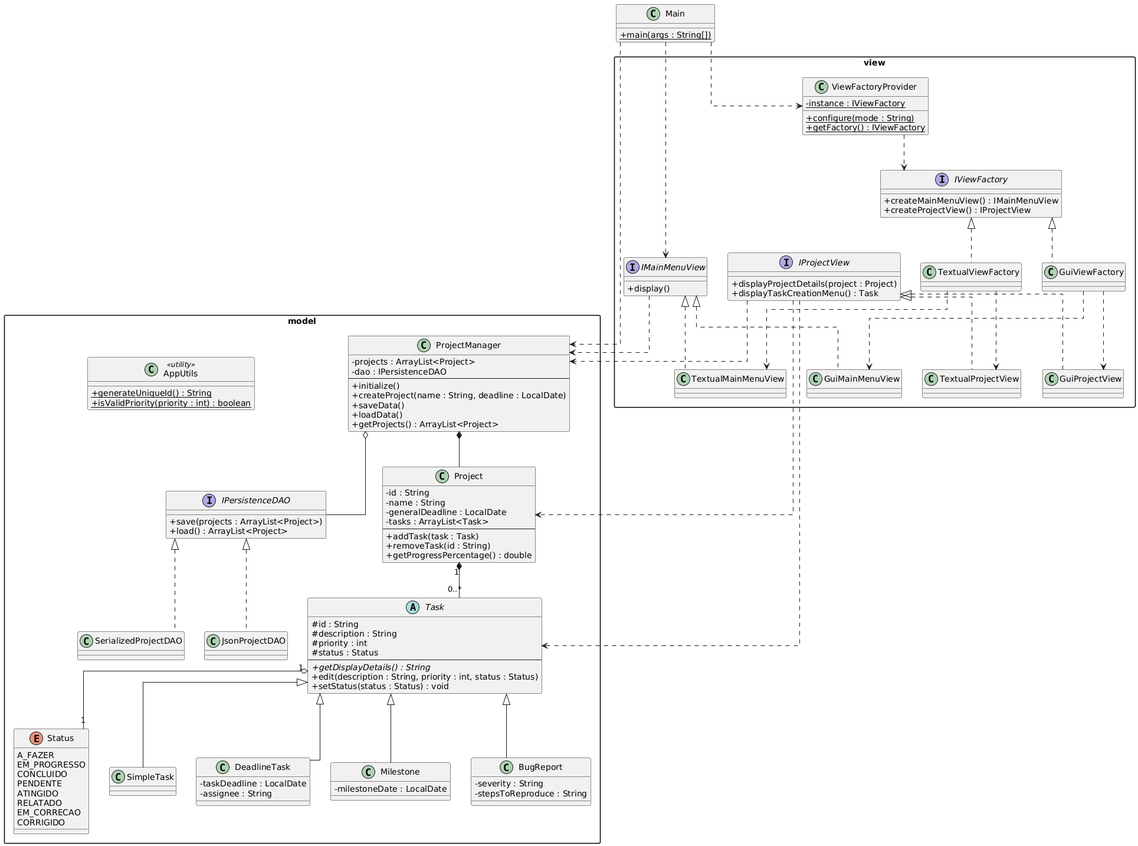
Manuelakist/ProjectManager keeps this PlantUML diagram as docs/diagramaUML.png. Above is the earlier version.
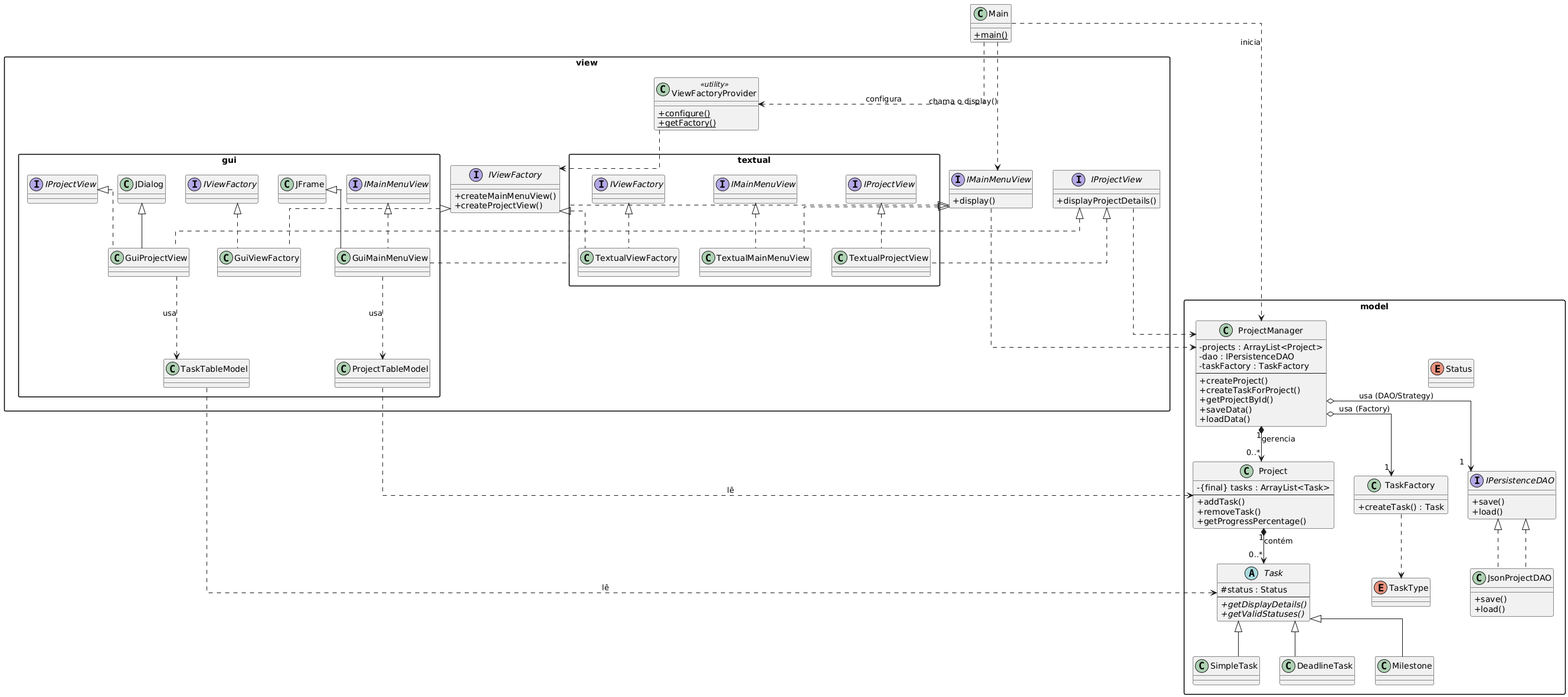
After the commit.

Diff of the diagram source:
```diff
@@ -3,152 +3,118 @@
 skinparam linetype ortho
 skinparam packageStyle rectangle
 
+class Main {
+ + {static} main()
+}
+
 package "model" {
-
-    enum Status {
-        A_FAZER
-        EM_PROGRESSO
-        CONCLUIDO
-        PENDENTE
-        ATINGIDO
-        RELATADO
-        EM_CORRECAO
-        CORRIGIDO
-    }
-
-    interface IPersistenceDAO {
-        + save(projects : ArrayList<Project>)
-        + load() : ArrayList<Project>
-    }
-
-    class Project {
-        - id : String
-        - name : String
-        - generalDeadline : LocalDate
-        - tasks : ArrayList<Task>
-        --
-        + addTask(task : Task)
-        + removeTask(id : String)
-        + getProgressPercentage() : double
-    }
-
-    abstract class Task {
-        # id : String
-        # description : String
-        # priority : int
-        # status : Status
-        --
-        + {abstract} getDisplayDetails() : String
-        + edit(description : String, priority : int, status : Status)
-        + setStatus(status : Status) : void
-    }
-
-
-    class SimpleTask {
-    }
-    class DeadlineTask {
-        - taskDeadline : LocalDate
-        - assignee : String
-    }
-    class Milestone {
-        - milestoneDate : LocalDate
-    }
-    class BugReport {
-        - severity : String
-        - stepsToReproduce : String
-    }
-
-    class SerializedProjectDAO
-    class JsonProjectDAO
-
-    class AppUtils <<utility>> {
-        + {static} generateUniqueId() : String
-        + {static} isValidPriority(priority : int) : boolean
-    }
 
     class ProjectManager {
         - projects : ArrayList<Project>
         - dao : IPersistenceDAO
+        - taskFactory : TaskFactory
         --
-        + initialize()
-        + createProject(name : String, deadline : LocalDate)
+        + createProject()
+        + createTaskForProject()
+        + getProjectById()
         + saveData()
         + loadData()
-        + getProjects() : ArrayList<Project>
     }
 
-    Project "1" *-- "0..*" Task
-    Task "1" o-- "1" Status
+    class Project {
+        - {final} tasks : ArrayList<Task>
+        --
+        + addTask()
+        + removeTask()
+        + getProgressPercentage()
+    }
 
+    abstract class Task {
+        # status : Status
+        --
+        + {abstract} getDisplayDetails()
+        + {abstract} getValidStatuses()
+    }
     Task <|-- SimpleTask
     Task <|-- DeadlineTask
     Task <|-- Milestone
-    Task <|-- BugReport
 
-    IPersistenceDAO <|.. SerializedProjectDAO
-    IPersistenceDAO <|.. JsonProjectDAO
+    class TaskFactory {
+        + createTask() : Task
+    }
+    enum TaskType
 
-    ProjectManager *-- Project
-    ProjectManager o-- IPersistenceDAO
+    interface IPersistenceDAO {
+        + save()
+        + load()
+    }
+    class JsonProjectDAO implements IPersistenceDAO {
+        + save()
+        + load()
+    }
+    enum Status
 }
-
 
 package "view" {
 
-    interface IViewFactory {
-        + createMainMenuView() : IMainMenuView
-        + createProjectView() : IProjectView
+    class ViewFactoryProvider <<utility>> {
+        + {static} configure()
+        + {static} getFactory()
     }
 
-    class TextualViewFactory
-    class GuiViewFactory
-
-    IViewFactory <|.. TextualViewFactory
-    IViewFactory <|.. GuiViewFactory
+    interface IViewFactory {
+        + createMainMenuView()
+        + createProjectView()
+    }
 
     interface IMainMenuView {
         + display()
     }
 
     interface IProjectView {
-        + displayProjectDetails(project : Project)
-        + displayTaskCreationMenu() : Task
+        + displayProjectDetails()
     }
 
-    class TextualMainMenuView
-    class GuiMainMenuView
-    class TextualProjectView
-    class GuiProjectView
-
-    IMainMenuView <|.. TextualMainMenuView
-    IMainMenuView <|.. GuiMainMenuView
-    IProjectView <|.. TextualProjectView
-    IProjectView <|.. GuiProjectView
-
-    class ViewFactoryProvider {
-        - {static} instance : IViewFactory
-        + {static} configure(mode : String)
-        + {static} getFactory() : IViewFactory
+    package "view.textual" {
+        class TextualViewFactory implements IViewFactory
+        class TextualMainMenuView implements IMainMenuView
+        class TextualProjectView implements IProjectView
     }
 
-    TextualViewFactory ..> TextualMainMenuView
-    TextualViewFactory ..> TextualProjectView
-    GuiViewFactory ..> GuiMainMenuView
-    GuiViewFactory ..> GuiProjectView
-    ViewFactoryProvider ..> IViewFactory
+    package "view.gui" {
+        class GuiViewFactory implements IViewFactory
+        class GuiMainMenuView extends JFrame implements IMainMenuView
+        class GuiProjectView extends JDialog implements IProjectView
+
+        class ProjectTableModel
+        class TaskTableModel
+    }
 }
 
 
-class Main {
-    + {static} main(args : String[])
-}
+Main ..> model.ProjectManager : "inicia"
+Main ..> view.ViewFactoryProvider : "configura"
+Main ..> view.IMainMenuView : "chama o display()"
 
-Main ..> ViewFactoryProvider
-Main ..> IMainMenuView
-Main ..> ProjectManager
+view.ViewFactoryProvider ..> view.IViewFactory
+view.IViewFactory <|.. view.textual.TextualViewFactory
+view.IViewFactory <|.. view.gui.GuiViewFactory
+view.IMainMenuView <|.. view.textual.TextualMainMenuView
+view.IMainMenuView <|.. view.gui.GuiMainMenuView
+view.IProjectView <|.. view.textual.TextualProjectView
+view.IProjectView <|.. view.gui.GuiProjectView
 
-IMainMenuView ..> ProjectManager
-IProjectView ..> ProjectManager
-IProjectView ..> Project
-IProjectView ..> Task
+model.ProjectManager o--> "1" model.IPersistenceDAO : "usa (DAO/Strategy)"
+model.IPersistenceDAO <|.. model.JsonProjectDAO
+model.ProjectManager o--> "1" model.TaskFactory : "usa (Factory)"
+model.ProjectManager "1" *--> "0..*" model.Project : "gerencia"
+model.Project "1" *--> "0..*" model.Task : "contém"
+model.TaskFactory ..> model.TaskType
+
+view.IMainMenuView ..> model.ProjectManager
+view.IProjectView ..> model.ProjectManager
+view.gui.GuiMainMenuView ..> view.gui.ProjectTableModel : "usa"
+view.gui.GuiProjectView ..> view.gui.TaskTableModel : "usa"
+view.gui.ProjectTableModel ..> model.Project : "lê"
+view.gui.TaskTableModel ..> model.Task : "lê"
 @enduml
```
